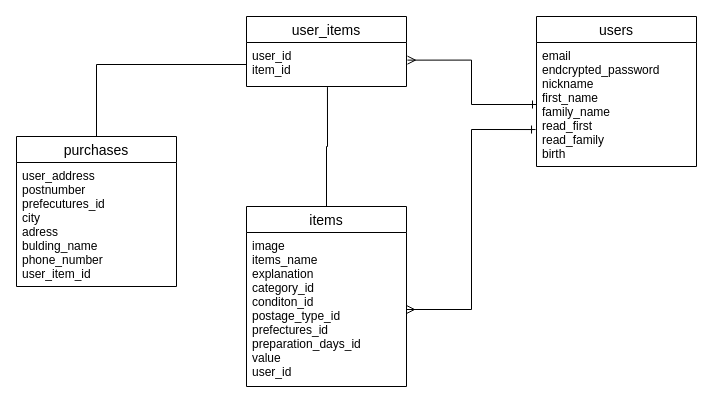
Before: furima.dio in oritaitsuki/furima-36225, a draw.io diagram. Source tidied: cells renumbered, new cells numbered last; positions are measured from the earlier drawing's top-left corner, leaving out a move shared by most shapes. Both pictures are drawn from the tidied source at 100%, with x=0, y=0 at pixel (16, 16).
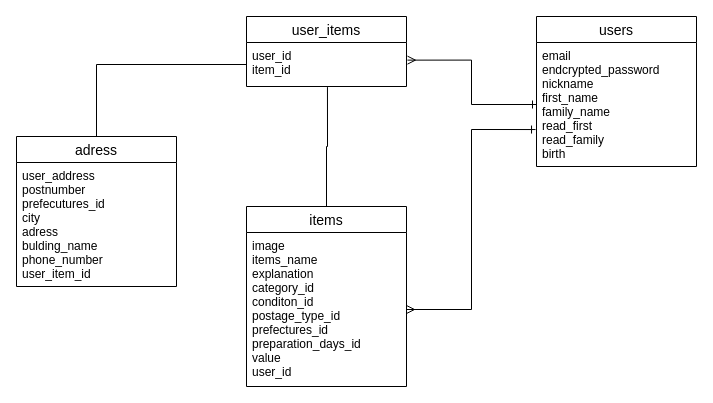
The same page after the edit.

The edit, as a diff of the source:
```diff
@@
 <mxGraphModel>
   <root>
     <mxCell id="0" />
     <mxCell id="1" parent="0" />
     <mxCell id="2" value="users" style="swimlane;fontStyle=0;horizontal=1;startSize=26;align=center;fontSize=14;" parent="1" vertex="1">
       <mxGeometry x="520" width="160" height="150" as="geometry" />
     </mxCell>
     <mxCell id="3" value="email&#10;endcrypted_password&#10;nickname&#10;first_name&#10;family_name&#10;read_first&#10;read_family&#10;birth&#10;&#10;&#10;&#10;" style="text;strokeColor=none;fillColor=none;spacingLeft=4;spacingRight=4;overflow=hidden;points=[[0,0.5],[1,0.5]];portConstraint=eastwest;fontSize=12;" parent="2" vertex="1">
       <mxGeometry y="26" width="160" height="124" as="geometry" />
     </mxCell>
     <mxCell id="4" style="edgeStyle=orthogonalEdgeStyle;rounded=0;jettySize=auto;html=1;exitX=0.5;exitY=0;exitDx=0;exitDy=0;entryX=0.506;entryY=1.014;entryDx=0;entryDy=0;entryPerimeter=0;startArrow=none;startFill=0;endArrow=none;endFill=0;" parent="1" edge="1" source="5" target="10">
       <mxGeometry relative="1" as="geometry" />
     </mxCell>
     <mxCell id="5" value="items" style="swimlane;fontStyle=0;horizontal=1;startSize=26;align=center;fontSize=14;" parent="1" vertex="1">
       <mxGeometry x="230" y="190" width="160" height="180" as="geometry" />
     </mxCell>
     <mxCell id="6" value="image&#10;items_name&#10;explanation&#10;category_id&#10;conditon_id&#10;postage_type_id&#10;prefectures_id&#10;preparation_days_id&#10;value&#10;user_id&#10;&#10;&#10;" style="text;strokeColor=none;fillColor=none;spacingLeft=4;spacingRight=4;overflow=hidden;points=[[0,0.5],[1,0.5]];portConstraint=eastwest;fontSize=12;" parent="5" vertex="1">
       <mxGeometry y="26" width="160" height="154" as="geometry" />
     </mxCell>
-    <mxCell id="7" value="purchases" style="swimlane;fontStyle=0;horizontal=1;startSize=26;align=center;fontSize=14;" parent="1" vertex="1">
+    <mxCell id="7" value="adress" style="swimlane;fontStyle=0;horizontal=1;startSize=26;align=center;fontSize=14;" parent="1" vertex="1">
       <mxGeometry y="120" width="160" height="150" as="geometry" />
     </mxCell>
     <mxCell id="8" value="user_address&#10;postnumber&#10;prefecutures_id&#10;city&#10;adress&#10;bulding_name&#10;phone_number&#10;user_item_id&#10;" style="text;strokeColor=none;fillColor=none;spacingLeft=4;spacingRight=4;overflow=hidden;fontSize=12;" parent="7" vertex="1">
       <mxGeometry y="26" width="160" height="124" as="geometry" />
     </mxCell>
     <mxCell id="9" value="user_items" style="swimlane;fontStyle=0;horizontal=1;startSize=26;align=center;fontSize=14;" parent="1" vertex="1">
       <mxGeometry x="230" width="160" height="70" as="geometry" />
     </mxCell>
     <mxCell id="10" value="user_id&#10;item_id&#10;" style="text;strokeColor=none;fillColor=none;spacingLeft=4;spacingRight=4;overflow=hidden;points=[[0,0.5],[1,0.5]];portConstraint=eastwest;fontSize=12;" parent="9" vertex="1">
       <mxGeometry y="26" width="160" height="44" as="geometry" />
     </mxCell>
     <mxCell id="11" style="edgeStyle=orthogonalEdgeStyle;rounded=0;jettySize=auto;html=1;exitX=0;exitY=0.5;exitDx=0;exitDy=0;entryX=1.006;entryY=0.401;entryDx=0;entryDy=0;entryPerimeter=0;startArrow=ERone;startFill=0;endArrow=ERmany;endFill=0;" parent="1" edge="1" source="3" target="10">
       <mxGeometry relative="1" as="geometry" />
     </mxCell>
     <mxCell id="12" style="edgeStyle=orthogonalEdgeStyle;rounded=0;jettySize=auto;html=1;exitX=1;exitY=0.5;exitDx=0;exitDy=0;entryX=-0.006;entryY=0.702;entryDx=0;entryDy=0;entryPerimeter=0;startArrow=ERmany;startFill=0;endArrow=ERone;endFill=0;" parent="1" edge="1" source="6" target="3">
       <mxGeometry relative="1" as="geometry" />
     </mxCell>
     <mxCell id="13" style="edgeStyle=orthogonalEdgeStyle;rounded=0;jettySize=auto;html=1;exitX=0;exitY=0.5;exitDx=0;exitDy=0;entryX=0.5;entryY=0;entryDx=0;entryDy=0;startArrow=none;startFill=0;endArrow=none;endFill=0;" parent="1" edge="1" source="10" target="7">
       <mxGeometry relative="1" as="geometry" />
     </mxCell>
   </root>
 </mxGraphModel>
```
